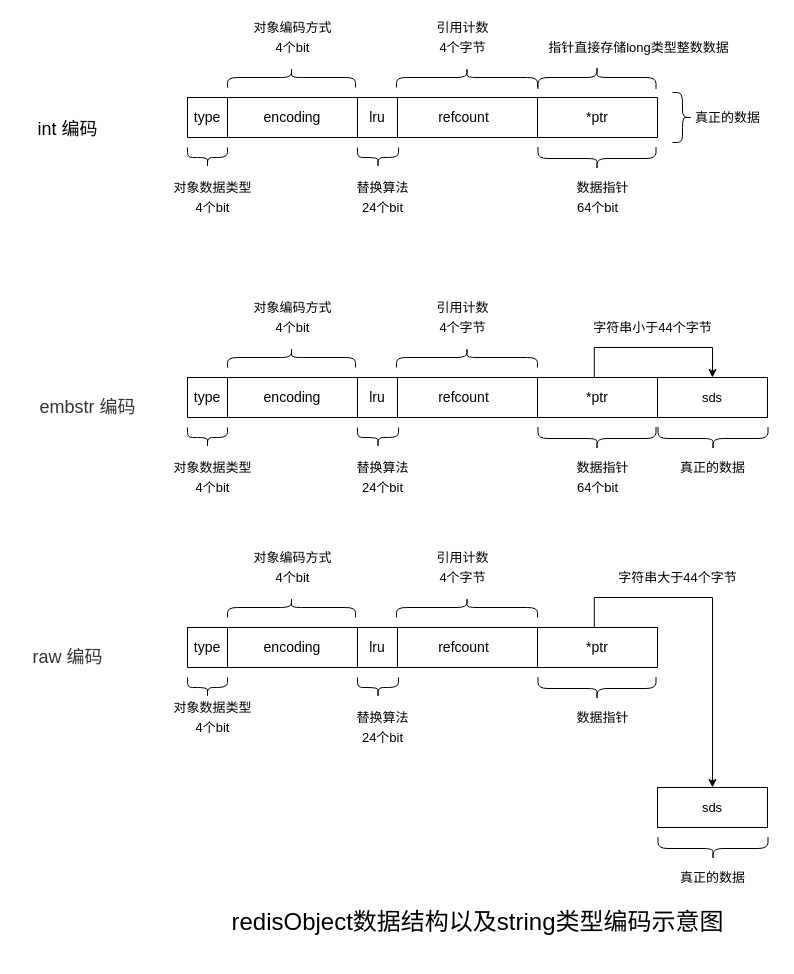
This is drawio/redisObject数据结构.drawio from guitarock/my-pics, a draw.io file, before an edit. Source tidied: cells renumbered, new cells numbered last; positions are measured from the earlier drawing's top-left corner, leaving out a move shared by most shapes. Both pictures are drawn from the tidied source at 100%, with x=0, y=0 at pixel (17, 17).
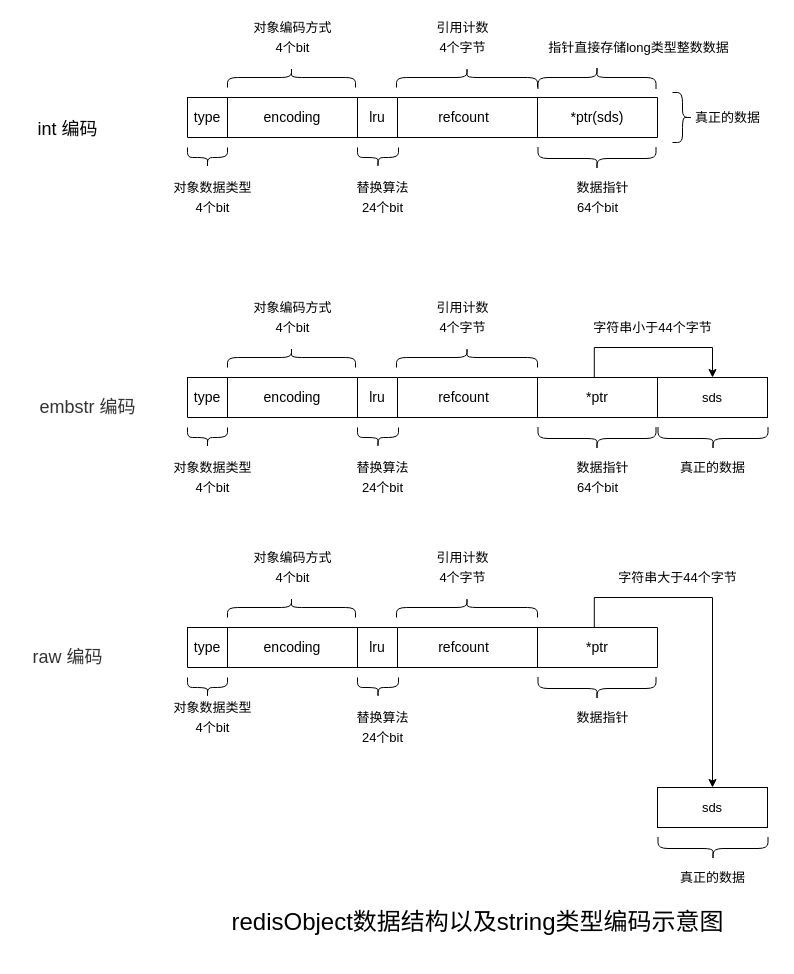
After the change.

Commit message:
完善redisObject数据结构string编码示意图.drawio

The change refers to these unchanged cells:
```xml
<mxCell id="82" style="shape=partialRectangle;html=1;whiteSpace=wrap;fillColor=none;top=0;left=0;bottom=0;right=0;fontSize=14;" parent="81" vertex="1">
  <mxGeometry width="400" height="40" as="geometry" />
</mxCell>
```

Change to the diagram source:
```diff
@@
-    <mxCell id="85" value="*ptr" style="shape=partialRectangle;html=1;whiteSpace=wrap;fillColor=none;top=0;left=0;bottom=0;right=0;overflow=hidden;fontSize=14;" parent="82" vertex="1">
+    <mxCell id="85" value="*ptr(sds)" style="shape=partialRectangle;html=1;whiteSpace=wrap;fillColor=none;top=0;left=0;bottom=0;right=0;overflow=hidden;fontSize=14;" parent="82" vertex="1">
       <mxGeometry x="280" width="120" height="40" as="geometry" />
     </mxCell>
```
